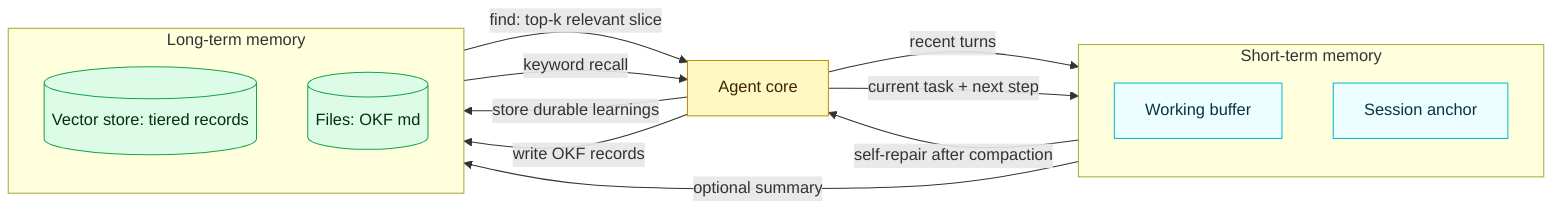
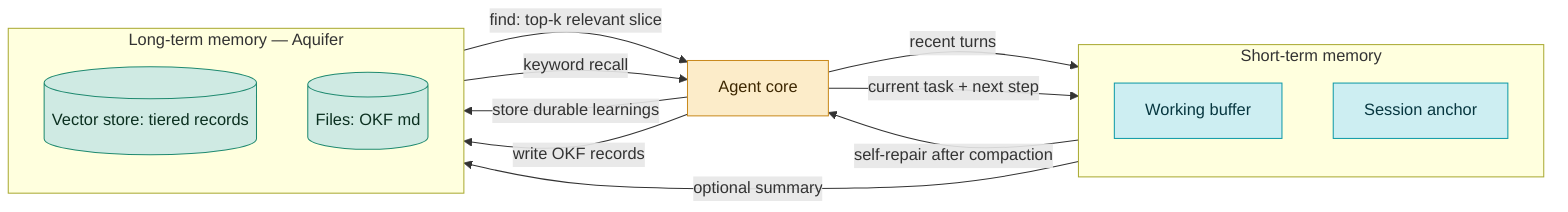
flowchart LR
  Agent[Agent core]:::agent
  subgraph STM["Short-term memory"]
    direction TB
    W[Working buffer]:::stm
    A[Session anchor]:::stm
  end
-   subgraph LTM["Long-term memory"]
+   subgraph LTM["Long-term memory — Aquifer"]
    direction TB
    V[(Vector store: tiered records)]:::ltm
    F[(Files: OKF md)]:::ltm
  end

  Agent -->|recent turns| W
  Agent -->|current task + next step| A
  Agent -->|store durable learnings| V
  Agent -->|write OKF records| F
  W -->|optional summary| V
  V -->|find: top-k relevant slice| Agent
  F -->|keyword recall| Agent
  A -->|self-repair after compaction| Agent

-   classDef agent fill:#fef9c3,stroke:#ca8a04,color:#422006;
-   classDef stm fill:#ecfeff,stroke:#06b6d4,color:#083344;
-   classDef ltm fill:#dcfce7,stroke:#16a34a,color:#052e16;
+   classDef agent fill:#fcecc9,stroke:#c98a1e,color:#3d2700;
+   classDef stm   fill:#cdeef2,stroke:#0f9aa8,color:#073740;
+   classDef ltm   fill:#cfeae3,stroke:#1f8a70,color:#0b3020;
